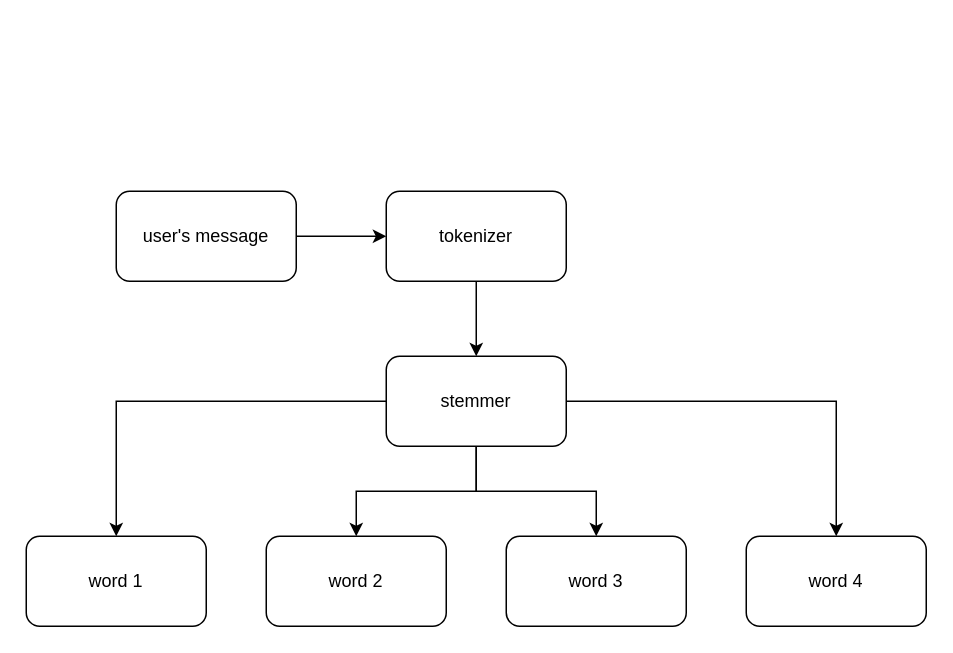
This is annie_nlp.drawio from Grrom/draw_io_stuff, a draw.io file, before an edit. Source tidied: cells renumbered, new cells numbered last; positions are measured from the earlier drawing's top-left corner, leaving out a move shared by most shapes. Both pictures are drawn from the tidied source at 150%, with x=0, y=0 at pixel (26, 190).
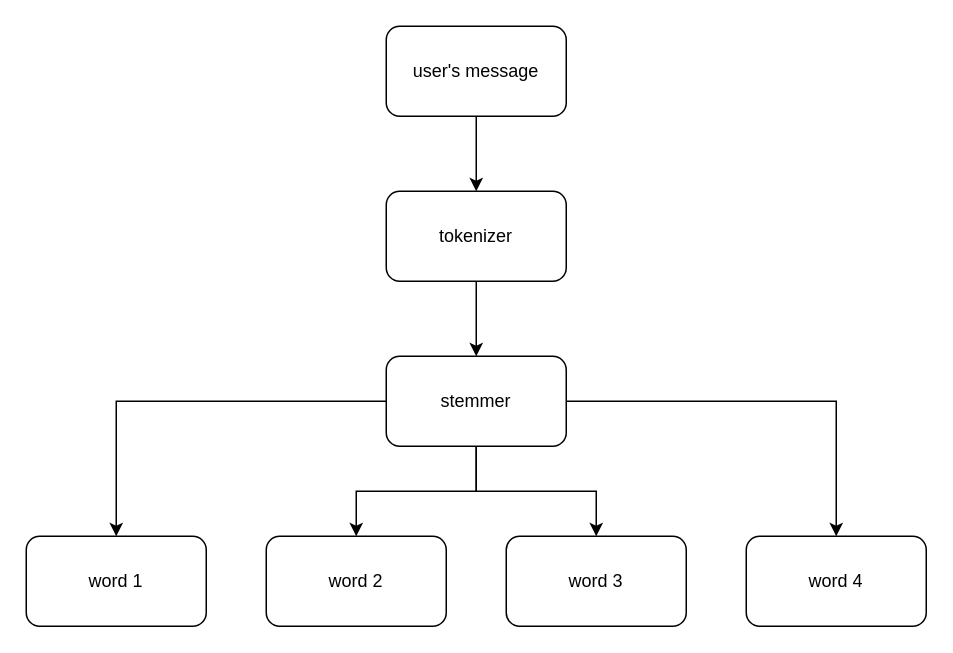
Above is the later version.

Diff of the diagram source:
```diff
@@
 <mxGraphModel>
   <root>
     <mxCell id="0" />
     <mxCell id="1" parent="0" />
-    <mxCell id="2" style="edgeStyle=orthogonalEdgeStyle;rounded=0;jettySize=auto;html=1;entryX=0;entryY=0.5;entryDx=0;entryDy=0;" parent="1" edge="1" source="3" target="5">
+    <mxCell id="2" style="edgeStyle=orthogonalEdgeStyle;rounded=0;jettySize=auto;html=1;entryX=0.5;entryY=0;entryDx=0;entryDy=0;" parent="1" edge="1" source="3" target="5">
       <mxGeometry relative="1" as="geometry" />
     </mxCell>
     <mxCell id="3" value="user's message" style="rounded=1;whiteSpace=wrap;html=1;" parent="1" vertex="1">
-      <mxGeometry x="60" width="120" height="60" as="geometry" />
+      <mxGeometry x="240" y="-110" width="120" height="60" as="geometry" />
     </mxCell>
     <mxCell id="4" style="edgeStyle=orthogonalEdgeStyle;rounded=0;jettySize=auto;html=1;" parent="1" edge="1" source="5" target="10">
       <mxGeometry relative="1" as="geometry" />
     </mxCell>
     <mxCell id="5" value="tokenizer" style="rounded=1;whiteSpace=wrap;html=1;" parent="1" vertex="1">
       <mxGeometry x="240" width="120" height="60" as="geometry" />
     </mxCell>
     <mxCell id="6" style="edgeStyle=orthogonalEdgeStyle;rounded=0;jettySize=auto;html=1;" parent="1" edge="1" source="10" target="11">
       <mxGeometry relative="1" as="geometry" />
     </mxCell>
     <mxCell id="7" style="edgeStyle=orthogonalEdgeStyle;rounded=0;jettySize=auto;html=1;entryX=0.5;entryY=0;entryDx=0;entryDy=0;" parent="1" edge="1" source="10" target="13">
       <mxGeometry relative="1" as="geometry" />
     </mxCell>
     <mxCell id="8" style="edgeStyle=orthogonalEdgeStyle;rounded=0;jettySize=auto;html=1;entryX=0.5;entryY=0;entryDx=0;entryDy=0;" parent="1" edge="1" source="10" target="14">
       <mxGeometry relative="1" as="geometry" />
     </mxCell>
     <mxCell id="9" style="edgeStyle=orthogonalEdgeStyle;rounded=0;jettySize=auto;html=1;" parent="1" edge="1" source="10" target="12">
       <mxGeometry relative="1" as="geometry" />
     </mxCell>
     <mxCell id="10" value="stemmer" style="rounded=1;whiteSpace=wrap;html=1;" parent="1" vertex="1">
       <mxGeometry x="240" y="110" width="120" height="60" as="geometry" />
     </mxCell>
     <mxCell id="11" value="word 1" style="rounded=1;whiteSpace=wrap;html=1;" parent="1" vertex="1">
       <mxGeometry y="230" width="120" height="60" as="geometry" />
     </mxCell>
     <mxCell id="12" value="word 2" style="rounded=1;whiteSpace=wrap;html=1;" parent="1" vertex="1">
       <mxGeometry x="160" y="230" width="120" height="60" as="geometry" />
     </mxCell>
     <mxCell id="13" value="word 3" style="rounded=1;whiteSpace=wrap;html=1;" parent="1" vertex="1">
       <mxGeometry x="320" y="230" width="120" height="60" as="geometry" />
     </mxCell>
     <mxCell id="14" value="word 4" style="rounded=1;whiteSpace=wrap;html=1;" parent="1" vertex="1">
       <mxGeometry x="480" y="230" width="120" height="60" as="geometry" />
     </mxCell>
   </root>
 </mxGraphModel>
```
